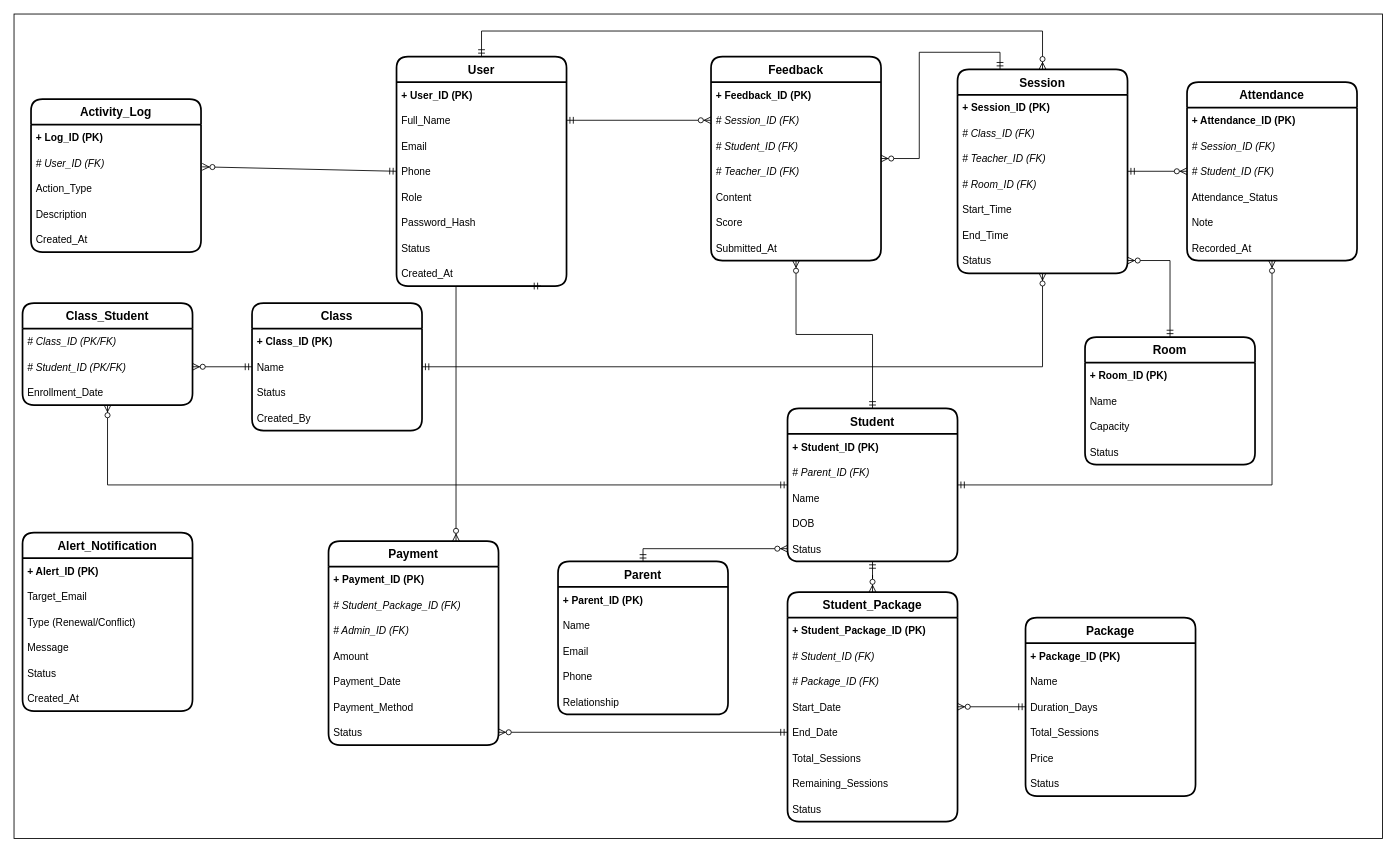
huuhoa0322/Classroom_Management_System keeps this draw.io diagram as Documents/02_Requirements/CLS_Logical_ERD.drawio. Above is the earlier version. Source tidied: cells renumbered, new cells numbered last; positions are measured from the earlier drawing's top-left corner, leaving out a move shared by most shapes. Both pictures are drawn from the tidied source at 85%, with x=0, y=0 at pixel (14, 14).
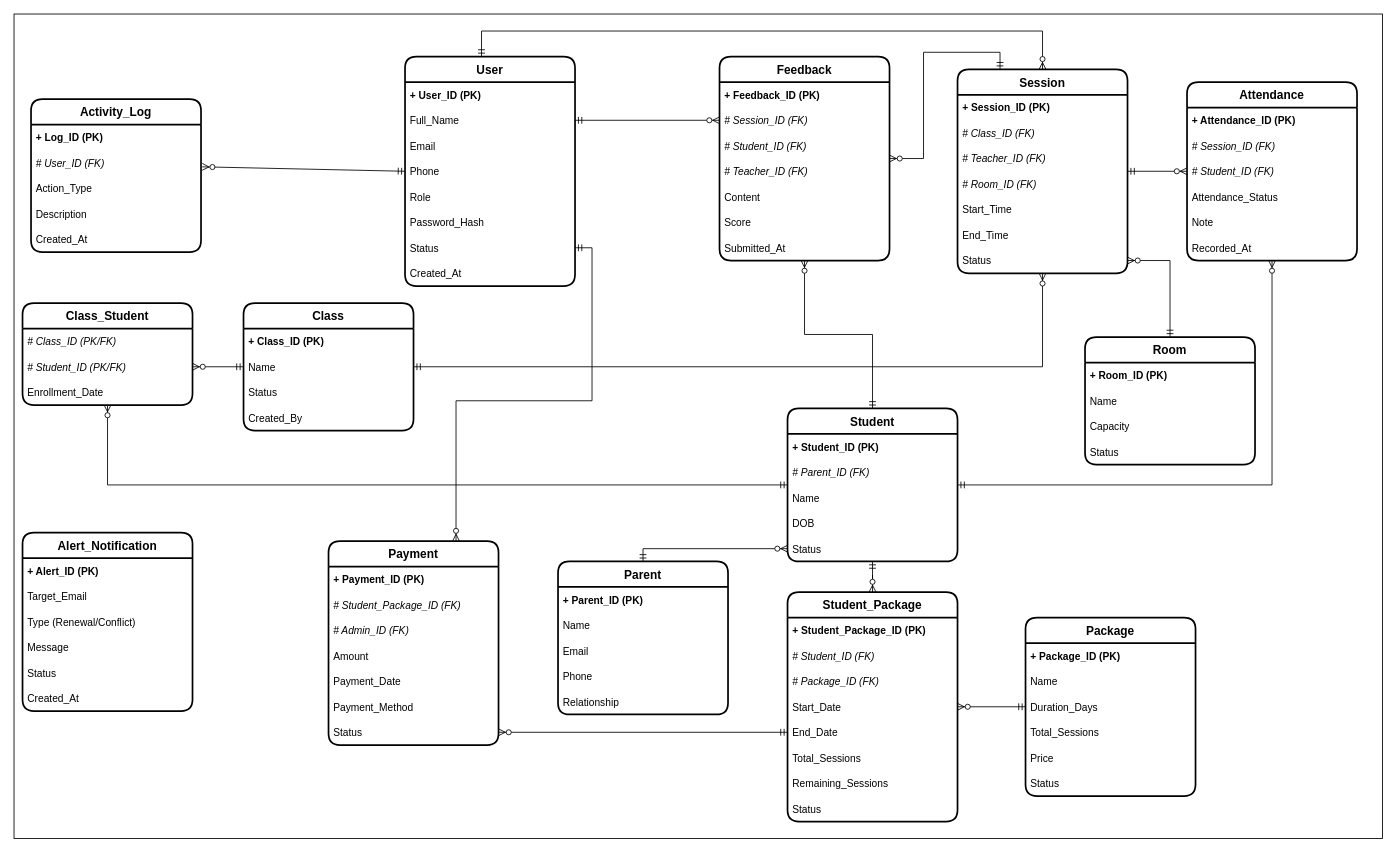
The same page after the edit.

Unchanged cells that the change refers to:
```xml
<mxCell id="10" value="Status" style="text;strokeColor=none;fillColor=none;align=left;verticalAlign=middle;spacingLeft=4;spacingRight=4;overflow=hidden;points=[[0,0.5],[1,0.5]];portConstraint=eastwest;fontStyle=0;" parent="3" vertex="1">
  <mxGeometry y="210" width="200" height="30" as="geometry" />
</mxCell>
<mxCell id="83" value="Payment" style="swimlane;horizontal=1;startSize=30;rounded=1;fontSize=14;fontStyle=1;strokeWidth=2;" parent="1" vertex="1">
  <mxGeometry x="370" y="620" width="200" height="240" as="geometry" />
</mxCell>
```

Change to the diagram source:
```diff
@@
     <mxCell id="3" value="User" style="swimlane;horizontal=1;startSize=30;rounded=1;fontSize=14;fontStyle=1;strokeWidth=2;" parent="1" vertex="1">
-      <mxGeometry x="450" y="50" width="200" height="270" as="geometry" />
+      <mxGeometry x="460" y="50" width="200" height="270" as="geometry" />
     </mxCell>
@@
     <mxCell id="35" value="Class" style="swimlane;horizontal=1;startSize=30;rounded=1;fontSize=14;fontStyle=1;strokeWidth=2;" parent="1" vertex="1">
-      <mxGeometry x="280" y="340" width="200" height="150" as="geometry" />
+      <mxGeometry x="270" y="340" width="200" height="150" as="geometry" />
     </mxCell>
@@
     <mxCell id="68" value="Feedback" style="swimlane;horizontal=1;startSize=30;rounded=1;fontSize=14;fontStyle=1;strokeWidth=2;" parent="1" vertex="1">
-      <mxGeometry x="820" y="50" width="200" height="240" as="geometry" />
+      <mxGeometry x="830" y="50" width="200" height="240" as="geometry" />
     </mxCell>
@@
-    <mxCell id="113" style="edgeStyle=orthogonalEdgeStyle;rounded=0;jettySize=auto;html=1;endArrow=ERzeroToMany;startArrow=ERmandOne;endFill=1;startFill=0;entryX=0.75;entryY=0;entryDx=0;entryDy=0;" parent="1" edge="1" target="83">
-      <mxGeometry relative="1" as="geometry">
-        <mxPoint x="620" y="320" as="sourcePoint" />
-      </mxGeometry>
+    <mxCell id="113" style="edgeStyle=orthogonalEdgeStyle;rounded=0;jettySize=auto;html=1;endArrow=ERzeroToMany;startArrow=ERmandOne;endFill=1;startFill=0;entryX=0.75;entryY=0;entryDx=0;entryDy=0;exitX=1;exitY=0.5;exitDx=0;exitDy=0;" parent="1" edge="1" source="10" target="83">
+      <mxGeometry relative="1" as="geometry" />
     </mxCell>
```
